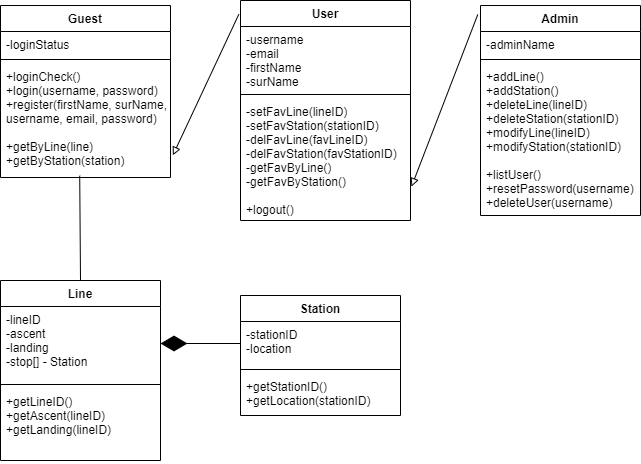
Earlier version of the draw.io export class_diagram_vonat.png (makoadampeter/vonatprojekt). Source tidied: cells renumbered, new cells last; positions are measured from the earlier drawing's top-left corner, leaving out a move shared by most shapes.
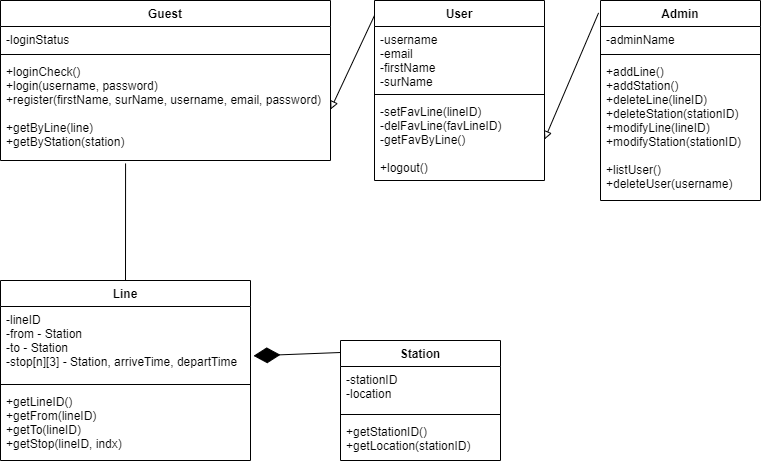
After the change.

Commit message:
Class diagram apróbb javítások

What changed in the source:
```diff
@@ -3,7 +3,7 @@
     <mxCell id="0" />
     <mxCell id="1" parent="0" />
     <mxCell id="2" value="Admin" style="swimlane;fontStyle=1;align=center;verticalAlign=top;horizontal=1;startSize=26;" parent="1" vertex="1">
-      <mxGeometry x="480" y="5" width="160" height="210" as="geometry" />
+      <mxGeometry x="600" width="160" height="200" as="geometry" />
     </mxCell>
     <mxCell id="3" value="-adminName" style="text;strokeColor=none;fillColor=none;align=left;verticalAlign=top;spacingLeft=4;spacingRight=4;overflow=hidden;" parent="2" vertex="1">
       <mxGeometry y="26" width="160" height="24" as="geometry" />
@@ -11,23 +11,23 @@
     <mxCell id="4" style="line;strokeWidth=1;fillColor=none;align=left;verticalAlign=middle;spacingTop=-1;spacingLeft=3;spacingRight=3;labelPosition=right;" parent="2" vertex="1">
       <mxGeometry y="50" width="160" height="8" as="geometry" />
     </mxCell>
-    <mxCell id="5" value="+addLine()&#10;+addStation()&#10;+deleteLine(lineID)&#10;+deleteStation(stationID)&#10;+modifyLine(lineID)&#10;+modifyStation(stationID)&#10;&#10;+listUser()&#10;+resetPassword(username)&#10;+deleteUser(username)&#10;" style="text;strokeColor=none;fillColor=none;align=left;verticalAlign=top;spacingLeft=4;spacingRight=4;overflow=hidden;" parent="2" vertex="1">
-      <mxGeometry y="58" width="160" height="152" as="geometry" />
+    <mxCell id="5" value="+addLine()&#10;+addStation()&#10;+deleteLine(lineID)&#10;+deleteStation(stationID)&#10;+modifyLine(lineID)&#10;+modifyStation(stationID)&#10;&#10;+listUser()&#10;+deleteUser(username)" style="text;strokeColor=none;fillColor=none;align=left;verticalAlign=top;spacingLeft=4;spacingRight=4;overflow=hidden;" parent="2" vertex="1">
+      <mxGeometry y="58" width="160" height="142" as="geometry" />
     </mxCell>
     <mxCell id="6" value="Guest" style="swimlane;fontStyle=1;align=center;verticalAlign=top;horizontal=1;startSize=26;" parent="1" vertex="1">
-      <mxGeometry y="5" width="170" height="172" as="geometry" />
+      <mxGeometry width="330" height="160" as="geometry" />
     </mxCell>
     <mxCell id="7" value="-loginStatus" style="text;strokeColor=none;fillColor=none;align=left;verticalAlign=top;spacingLeft=4;spacingRight=4;overflow=hidden;" parent="6" vertex="1">
-      <mxGeometry y="26" width="170" height="24" as="geometry" />
+      <mxGeometry y="26" width="330" height="24" as="geometry" />
     </mxCell>
     <mxCell id="8" style="line;strokeWidth=1;fillColor=none;align=left;verticalAlign=middle;spacingTop=-1;spacingLeft=3;spacingRight=3;labelPosition=right;" parent="6" vertex="1">
-      <mxGeometry y="50" width="170" height="8" as="geometry" />
+      <mxGeometry y="50" width="330" height="8" as="geometry" />
     </mxCell>
-    <mxCell id="9" value="+loginCheck()&#10;+login(username, password)&#10;+register(firstName, surName,&#10;username, email, password)&#10;&#10;+getByLine(line)&#10;+getByStation(station)&#10;" style="text;strokeColor=none;fillColor=none;align=left;verticalAlign=top;spacingLeft=4;spacingRight=4;overflow=hidden;points=[[0,0.5],[1,0.5]];portConstraint=eastwest;" parent="6" vertex="1">
-      <mxGeometry y="58" width="170" height="114" as="geometry" />
+    <mxCell id="9" value="+loginCheck()&#10;+login(username, password)&#10;+register(firstName, surName, username, email, password)&#10;&#10;+getByLine(line)&#10;+getByStation(station)&#10;" style="text;strokeColor=none;fillColor=none;align=left;verticalAlign=top;spacingLeft=4;spacingRight=4;overflow=hidden;points=[[0,0.5],[1,0.5]];portConstraint=eastwest;" parent="6" vertex="1">
+      <mxGeometry y="58" width="330" height="102" as="geometry" />
     </mxCell>
     <mxCell id="10" value="User" style="swimlane;fontStyle=1;align=center;verticalAlign=top;horizontal=1;startSize=26;" parent="1" vertex="1">
-      <mxGeometry x="240" width="170" height="220" as="geometry" />
+      <mxGeometry x="374" width="170" height="180" as="geometry" />
     </mxCell>
     <mxCell id="11" value="-username&#10;-email&#10;-firstName&#10;-surName&#10;" style="text;strokeColor=none;fillColor=none;align=left;verticalAlign=top;spacingLeft=4;spacingRight=4;overflow=hidden;" parent="10" vertex="1">
       <mxGeometry y="26" width="170" height="64" as="geometry" />
@@ -35,17 +35,17 @@
     <mxCell id="12" style="line;strokeWidth=1;fillColor=none;align=left;verticalAlign=middle;spacingTop=-1;spacingLeft=3;spacingRight=3;labelPosition=right;" parent="10" vertex="1">
       <mxGeometry y="90" width="170" height="8" as="geometry" />
     </mxCell>
-    <mxCell id="13" value="-setFavLine(lineID)&#10;-setFavStation(stationID)&#10;-delFavLine(favLineID)&#10;-delFavStation(favStationID)&#10;-getFavByLine()&#10;-getFavByStation()&#10;&#10;+logout()" style="text;strokeColor=none;fillColor=none;align=left;verticalAlign=top;spacingLeft=4;spacingRight=4;overflow=hidden;points=[[0,0.5],[1,0.5]];portConstraint=eastwest;" parent="10" vertex="1">
-      <mxGeometry y="98" width="170" height="122" as="geometry" />
+    <mxCell id="13" value="-setFavLine(lineID)&#10;-delFavLine(favLineID)&#10;-getFavByLine()&#10;&#10;+logout()" style="text;strokeColor=none;fillColor=none;align=left;verticalAlign=top;spacingLeft=4;spacingRight=4;overflow=hidden;points=[[0,0.5],[1,0.5]];portConstraint=eastwest;" parent="10" vertex="1">
+      <mxGeometry y="98" width="170" height="82" as="geometry" />
     </mxCell>
-    <mxCell id="14" style="html=1;labelBackgroundColor=#ffffff;endArrow=block;endFill=0;jettySize=auto;strokeWidth=1;fontSize=14;rounded=0;strokeColor=default;startArrow=none;startFill=0;exitX=-0.017;exitY=0.043;exitDx=0;exitDy=0;exitPerimeter=0;entryX=1.006;entryY=0.722;entryDx=0;entryDy=0;entryPerimeter=0;" parent="1" edge="1" source="2" target="13">
+    <mxCell id="14" style="html=1;labelBackgroundColor=#ffffff;endArrow=block;endFill=0;jettySize=auto;strokeWidth=1;fontSize=14;rounded=0;strokeColor=default;startArrow=none;startFill=0;exitX=-0.012;exitY=0.062;exitDx=0;exitDy=0;entryX=1;entryY=0.5;entryDx=0;entryDy=0;exitPerimeter=0;" parent="1" edge="1" source="2" target="13">
       <mxGeometry relative="1" as="geometry" />
     </mxCell>
-    <mxCell id="15" style="html=1;labelBackgroundColor=#ffffff;endArrow=block;endFill=0;jettySize=auto;strokeWidth=1;fontSize=14;rounded=0;strokeColor=default;startArrow=none;startFill=0;entryX=1.014;entryY=0.805;entryDx=0;entryDy=0;entryPerimeter=0;exitX=-0.01;exitY=0.063;exitDx=0;exitDy=0;exitPerimeter=0;" parent="1" edge="1" source="10" target="9">
+    <mxCell id="15" style="html=1;labelBackgroundColor=#ffffff;endArrow=block;endFill=0;jettySize=auto;strokeWidth=1;fontSize=14;rounded=0;strokeColor=default;startArrow=none;startFill=0;entryX=1;entryY=0.5;entryDx=0;entryDy=0;exitX=0;exitY=0.083;exitDx=0;exitDy=0;exitPerimeter=0;" parent="1" edge="1" source="10" target="9">
       <mxGeometry relative="1" as="geometry" />
     </mxCell>
     <mxCell id="16" value="Station" style="swimlane;fontStyle=1;align=center;verticalAlign=top;horizontal=1;startSize=26;" parent="1" vertex="1">
-      <mxGeometry x="240" y="295" width="160" height="120" as="geometry" />
+      <mxGeometry x="340" y="340" width="160" height="120" as="geometry" />
     </mxCell>
     <mxCell id="17" value="-stationID&#10;-location" style="text;strokeColor=none;fillColor=none;align=left;verticalAlign=top;spacingLeft=4;spacingRight=4;overflow=hidden;points=[[0,0.5],[1,0.5]];portConstraint=eastwest;" parent="16" vertex="1">
       <mxGeometry y="26" width="160" height="44" as="geometry" />
@@ -57,21 +57,21 @@
       <mxGeometry y="78" width="160" height="42" as="geometry" />
     </mxCell>
     <mxCell id="20" value="Line" style="swimlane;fontStyle=1;align=center;verticalAlign=top;horizontal=1;startSize=26;" parent="1" vertex="1">
-      <mxGeometry y="280" width="160" height="180" as="geometry" />
+      <mxGeometry y="280" width="250" height="180" as="geometry" />
     </mxCell>
-    <mxCell id="21" value="-lineID&#10;-ascent&#10;-landing&#10;-stop[] - Station&#10;" style="text;strokeColor=none;fillColor=none;align=left;verticalAlign=top;spacingLeft=4;spacingRight=4;overflow=hidden;points=[[0,0.5],[1,0.5]];portConstraint=eastwest;" parent="20" vertex="1">
-      <mxGeometry y="26" width="160" height="74" as="geometry" />
+    <mxCell id="21" value="-lineID&#10;-from - Station&#10;-to - Station&#10;-stop[n][3] - Station, arriveTime, departTime &#10;" style="text;strokeColor=none;fillColor=none;align=left;verticalAlign=top;spacingLeft=4;spacingRight=4;overflow=hidden;points=[[0,0.5],[1,0.5]];portConstraint=eastwest;" parent="20" vertex="1">
+      <mxGeometry y="26" width="250" height="74" as="geometry" />
     </mxCell>
     <mxCell id="22" style="line;strokeWidth=1;fillColor=none;align=left;verticalAlign=middle;spacingTop=-1;spacingLeft=3;spacingRight=3;labelPosition=right;" parent="20" vertex="1">
-      <mxGeometry y="100" width="160" height="8" as="geometry" />
+      <mxGeometry y="100" width="250" height="8" as="geometry" />
     </mxCell>
-    <mxCell id="23" value="+getLineID()&#10;+getAscent(lineID)&#10;+getLanding(lineID)&#10;" style="text;strokeColor=none;fillColor=none;align=left;verticalAlign=top;spacingLeft=4;spacingRight=4;overflow=hidden;" parent="20" vertex="1">
-      <mxGeometry y="108" width="160" height="72" as="geometry" />
+    <mxCell id="23" value="+getLineID()&#10;+getFrom(lineID)&#10;+getTo(lineID)&#10;+getStop(lineID, indx)" style="text;strokeColor=none;fillColor=none;align=left;verticalAlign=top;spacingLeft=4;spacingRight=4;overflow=hidden;" parent="20" vertex="1">
+      <mxGeometry y="108" width="250" height="72" as="geometry" />
     </mxCell>
-    <mxCell id="24" style="endArrow=none;html=1;rounded=0;exitX=0.5;exitY=0;exitDx=0;exitDy=0;entryX=0.466;entryY=0.984;entryDx=0;entryDy=0;entryPerimeter=0;" parent="1" edge="1" source="20" target="9">
+    <mxCell id="24" style="endArrow=none;html=1;rounded=0;entryX=0.379;entryY=1.029;entryDx=0;entryDy=0;entryPerimeter=0;exitX=0.5;exitY=0;exitDx=0;exitDy=0;" parent="1" edge="1" source="20" target="9">
       <mxGeometry relative="1" as="geometry" />
     </mxCell>
-    <mxCell id="25" style="endArrow=diamondThin;endFill=1;endSize=24;html=1;rounded=0;entryX=1;entryY=0.5;entryDx=0;entryDy=0;" parent="1" edge="1" source="17" target="21">
+    <mxCell id="25" style="endArrow=diamondThin;endFill=1;endSize=24;html=1;rounded=0;entryX=1.012;entryY=0.667;entryDx=0;entryDy=0;entryPerimeter=0;exitX=0;exitY=0.1;exitDx=0;exitDy=0;exitPerimeter=0;" parent="1" edge="1" source="16" target="21">
       <mxGeometry relative="1" as="geometry" />
     </mxCell>
   </root>
```
